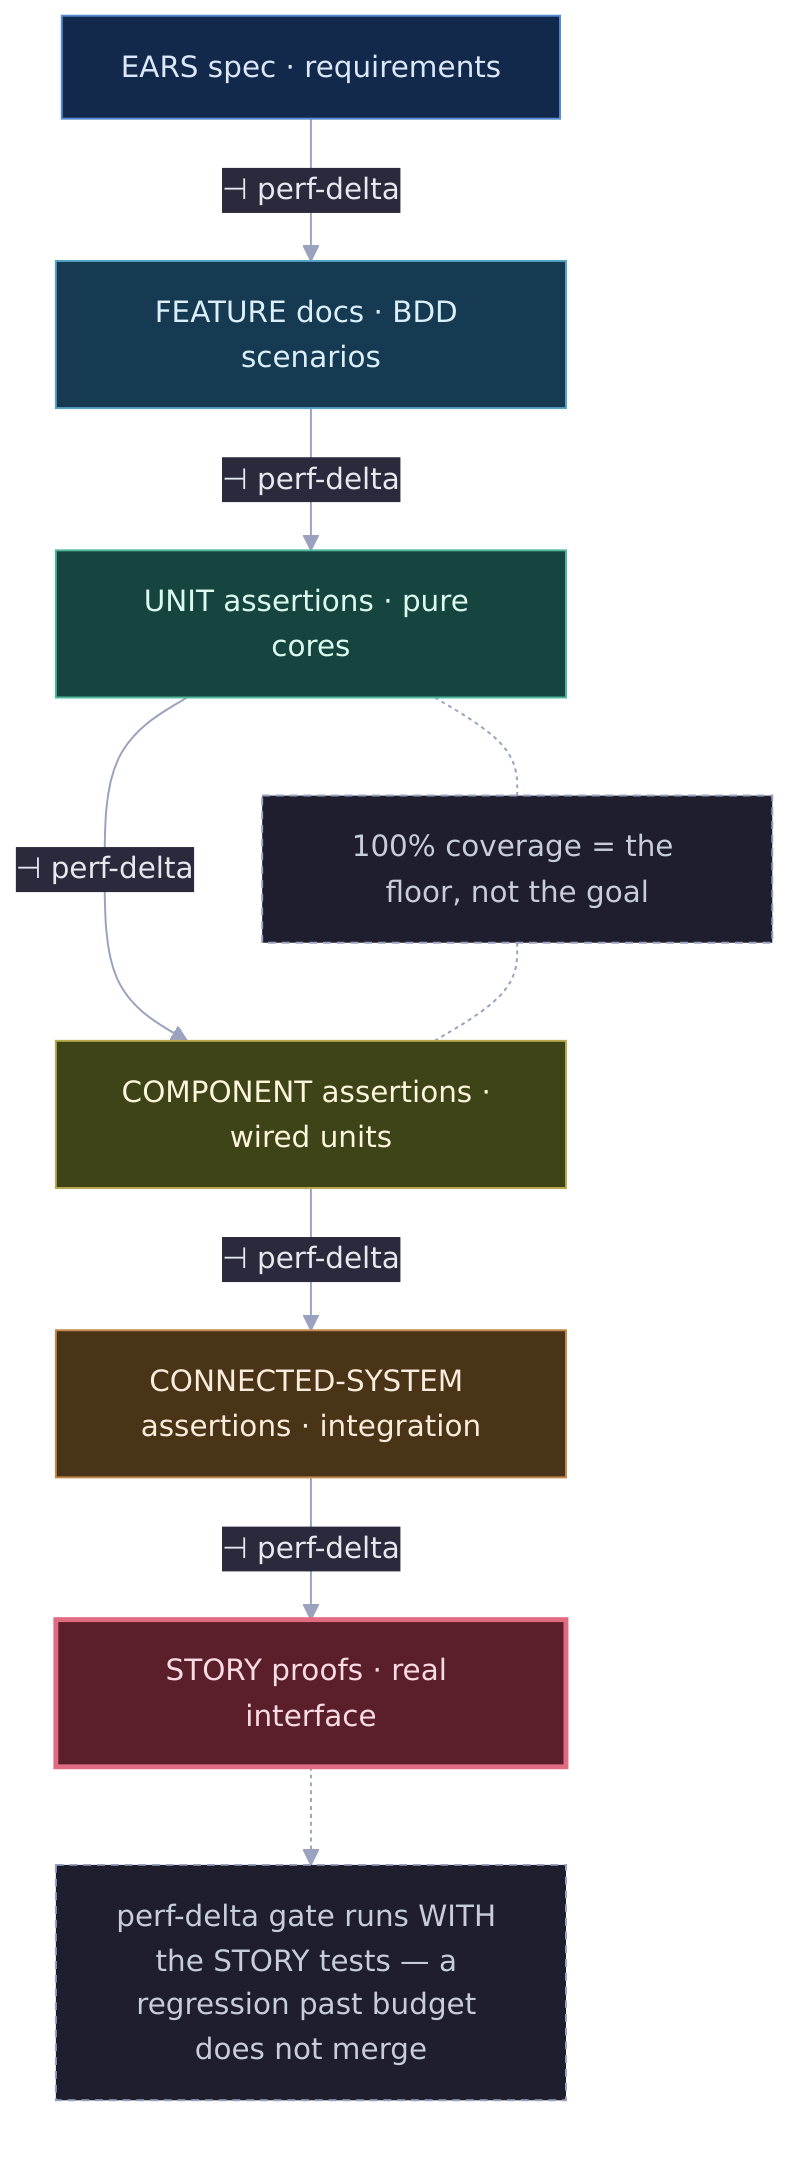
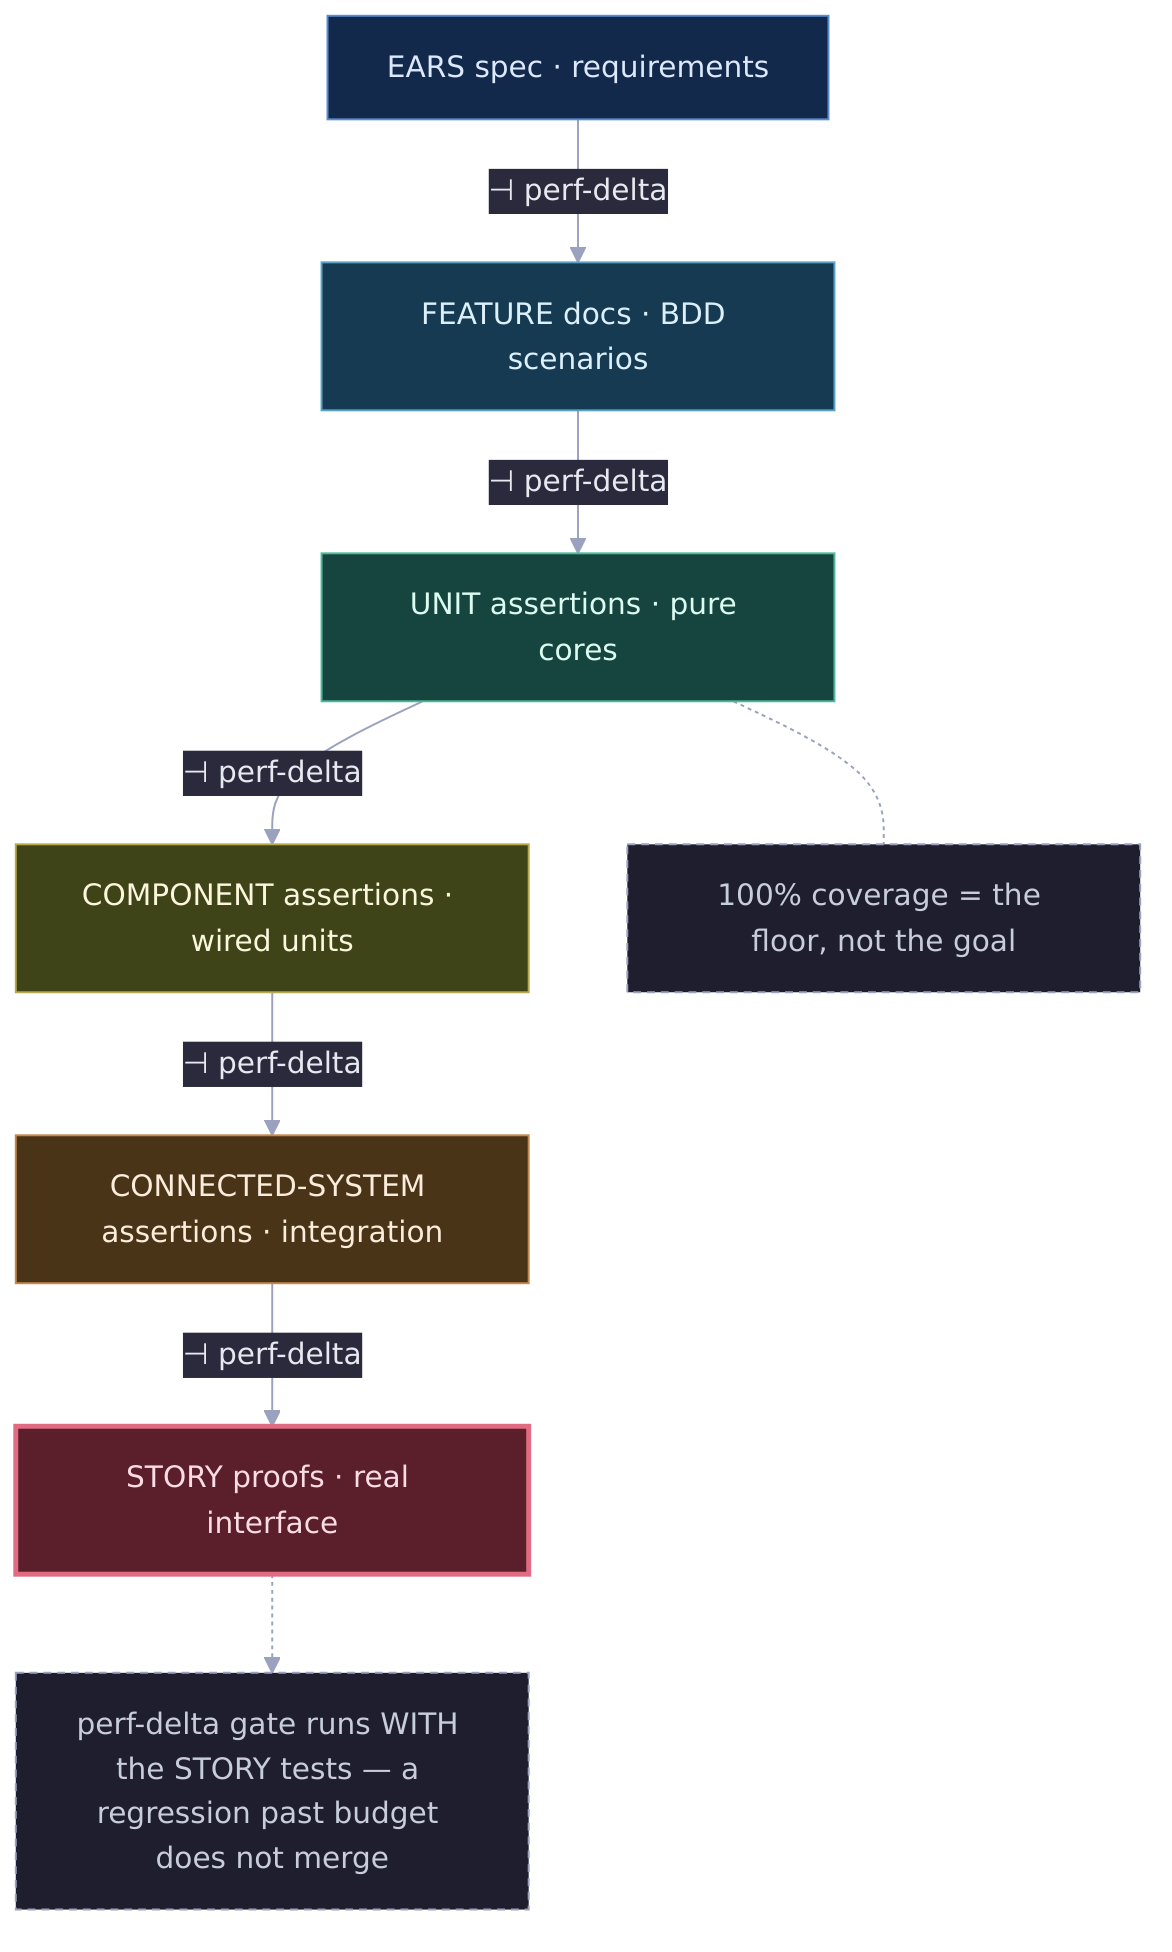
%%{init: {'theme':'base','themeVariables':{'background':'transparent','primaryColor':'#1e1e2e','primaryBorderColor':'#9aa2c0','primaryTextColor':'#e6e9f0','secondaryColor':'#2a2a3c','tertiaryColor':'#2a2a3c','lineColor':'#9aa2c0','fontFamily':'DejaVu Sans','fontSize':'15px'}}}%%
flowchart TD
  accTitle: The assurance chain
  accDescr: Quality is built in across the whole assurance chain. Six layers run top to bottom — EARS spec, FEATURE docs (BDD), UNIT assertions, COMPONENT assertions, CONNECTED-SYSTEM assertions, and STORY proofs as the proof terminal. Each transition between layers is guarded by a performance-delta gate. 100 percent coverage is the floor, not the goal, and the perf-delta gate runs with the STORY tests so a regression past budget does not merge.

  E["EARS spec · requirements"]
  F["FEATURE docs · BDD scenarios"]
  U["UNIT assertions · pure cores"]
  C["COMPONENT assertions · wired units"]
  S["CONNECTED-SYSTEM assertions · integration"]
  P["STORY proofs · real interface"]

  E -- "⊣ perf-delta" --> F
  F -- "⊣ perf-delta" --> U
  U -- "⊣ perf-delta" --> C
  C -- "⊣ perf-delta" --> S
  S -- "⊣ perf-delta" --> P

  FLOOR["100% coverage = the floor, not the goal"]
  GATE["perf-delta gate runs WITH the STORY tests — a regression past budget does not merge"]

  U -.- FLOOR
-   FLOOR -.- C
  P -.-> GATE

  classDef layer1 fill:#13294b,stroke:#5b8bd0,color:#dce8fb;
  classDef layer2 fill:#163a52,stroke:#56a3c4,color:#dcf0fb;
  classDef layer3 fill:#16453f,stroke:#4fb89a,color:#dcfbf0;
  classDef layer4 fill:#3f4318,stroke:#b8a84f,color:#fbf6dc;
  classDef layer5 fill:#4a3417,stroke:#c4894f,color:#fbecdc;
  classDef terminal fill:#5a1f2a,stroke:#e06b82,color:#fbdce4,stroke-width:2.5px;
  classDef note fill:#1e1e2e,stroke:#9aa2c0,color:#c7cdda,stroke-dasharray:4 3;

  class E layer1;
  class F layer2;
  class U layer3;
  class C layer4;
  class S layer5;
  class P terminal;
  class FLOOR,GATE note;
